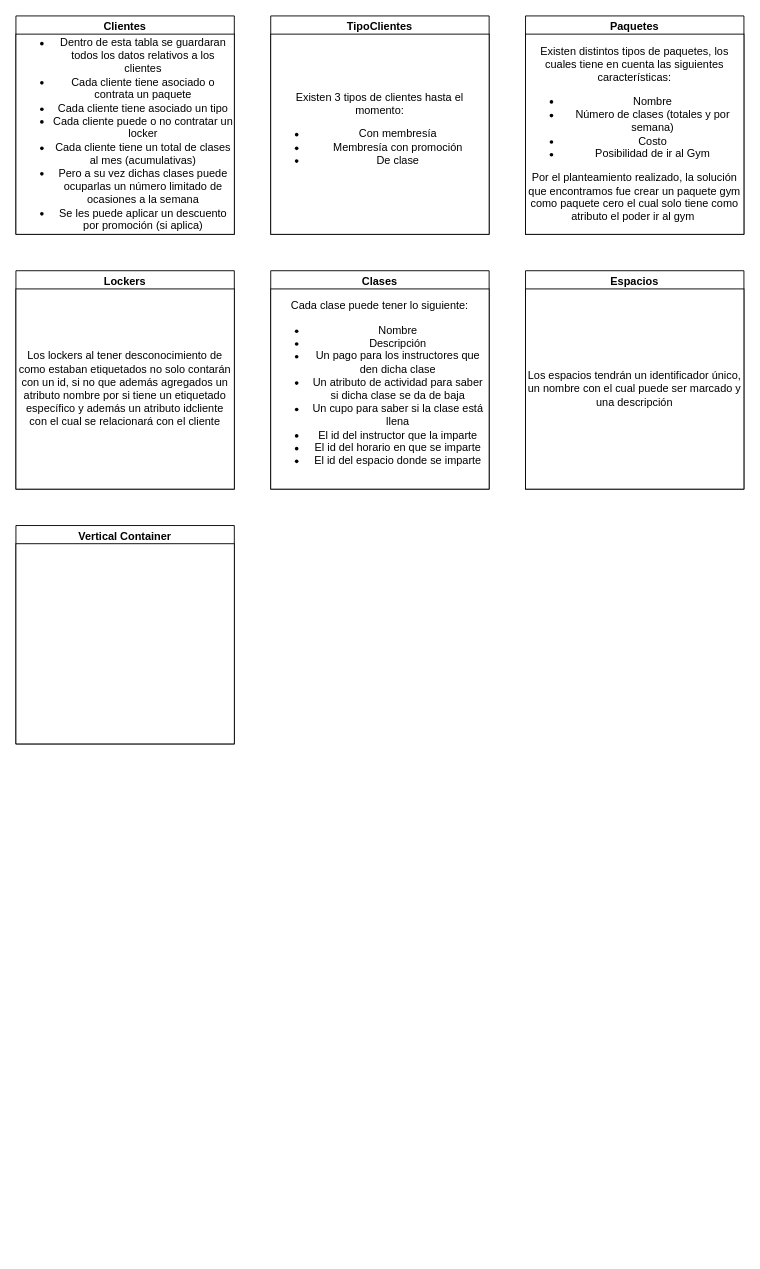
Fwxzxh/GymCastillo keeps this draw.io diagram as page "Documentación" (2 of 4) of GymCastillo/Docs/Diagrams/Gym.drawio. Above is the earlier version. Source tidied: cells renumbered, new cells numbered last; positions are measured from the earlier drawing's top-left corner, leaving out a move shared by most shapes. Both pictures are drawn from the tidied source at 91%, with x=0, y=0 at pixel (15, 15).
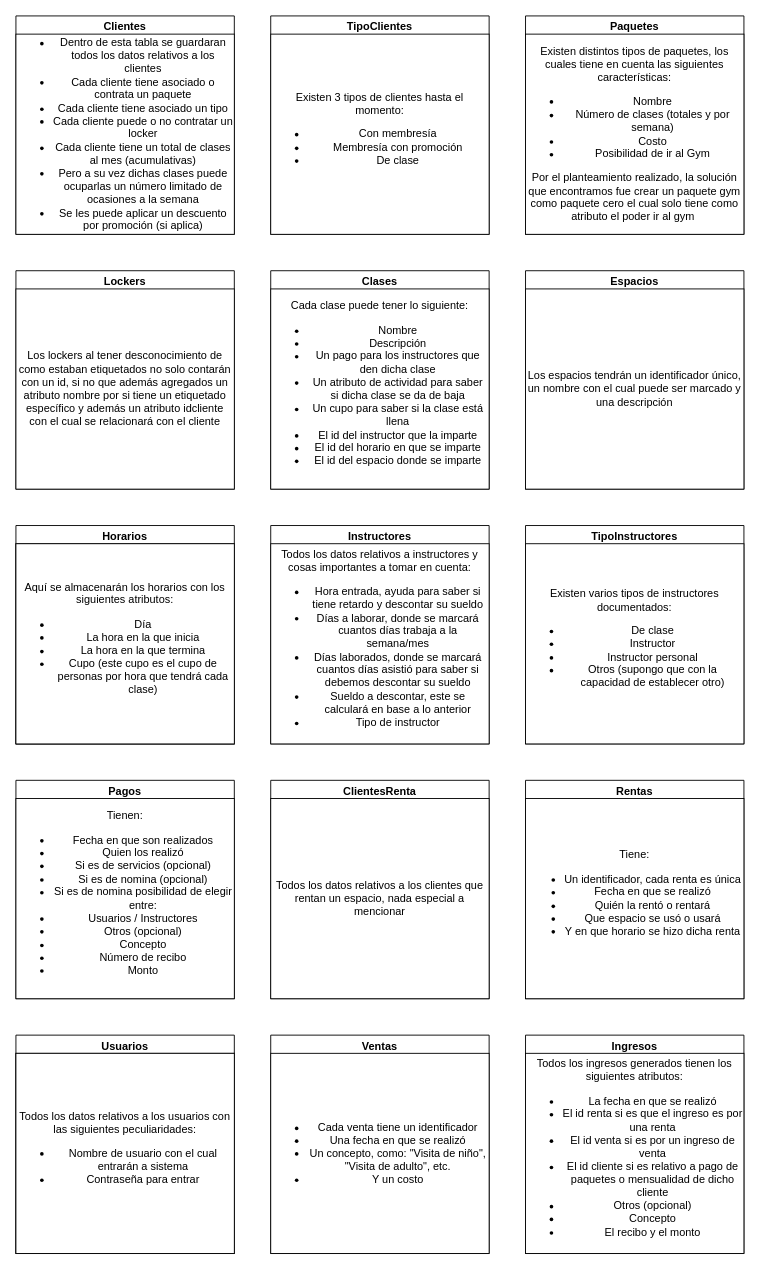
The same page after the edit.

The edit, as a diff of the source:
```diff
@@
-    <mxCell id="14" value="Vertical Container" style="swimlane;" parent="1" vertex="1">
+    <mxCell id="14" value="Horarios" style="swimlane;" parent="1" vertex="1">
       <mxGeometry y="560" width="240" height="240" as="geometry" />
     </mxCell>
@@
+    <mxCell id="16" value="Aquí se almacenarán los horarios con los siguientes atributos:&lt;br&gt;&lt;ul&gt;&lt;li&gt;Día&lt;/li&gt;&lt;li&gt;La hora en la que inicia&lt;/li&gt;&lt;li&gt;La hora en la que termina&lt;/li&gt;&lt;li&gt;Cupo (este cupo es el cupo de personas por hora que tendrá cada clase)&lt;/li&gt;&lt;/ul&gt;" style="rounded=0;whiteSpace=wrap;html=1;" parent="14" vertex="1">
+      <mxGeometry y="20" width="240" height="220" as="geometry" />
+    </mxCell>
+    <mxCell id="17" value="Instructores" style="swimlane;" parent="1" vertex="1">
+      <mxGeometry x="280" y="560" width="240" height="240" as="geometry" />
+    </mxCell>
+    <mxCell id="18" value="Todos los datos relativos a instructores y cosas importantes a tomar en cuenta:&lt;br&gt;&lt;ul&gt;&lt;li&gt;Hora entrada, ayuda para saber si tiene retardo y descontar su sueldo&lt;/li&gt;&lt;li&gt;Días a laborar, donde se marcará cuantos días trabaja a la semana/mes&lt;/li&gt;&lt;li&gt;Días laborados, donde se marcará cuantos días asistió para saber si debemos descontar su sueldo&lt;/li&gt;&lt;li&gt;Sueldo a descontar, este se calculará en base a lo anterior&lt;/li&gt;&lt;li&gt;Tipo de instructor&lt;/li&gt;&lt;/ul&gt;" style="rounded=0;whiteSpace=wrap;html=1;" parent="17" vertex="1">
+      <mxGeometry y="20" width="240" height="220" as="geometry" />
+    </mxCell>
+    <mxCell id="19" value="TipoInstructores" style="swimlane;" parent="1" vertex="1">
+      <mxGeometry x="560" y="560" width="240" height="240" as="geometry" />
+    </mxCell>
+    <mxCell id="20" value="Existen varios tipos de instructores documentados:&lt;br&gt;&lt;ul&gt;&lt;li&gt;De clase&lt;/li&gt;&lt;li&gt;Instructor&lt;/li&gt;&lt;li&gt;Instructor personal&lt;/li&gt;&lt;li&gt;Otros (supongo que con la capacidad de establecer otro)&lt;/li&gt;&lt;/ul&gt;" style="rounded=0;whiteSpace=wrap;html=1;" parent="19" vertex="1">
+      <mxGeometry y="20" width="240" height="220" as="geometry" />
+    </mxCell>
+    <mxCell id="21" value="Pagos" style="swimlane;" parent="1" vertex="1">
+      <mxGeometry y="840" width="240" height="240" as="geometry" />
+    </mxCell>
+    <mxCell id="22" value="Tienen:&lt;br&gt;&lt;ul&gt;&lt;li&gt;Fecha en que son realizados&lt;/li&gt;&lt;li&gt;Quien los realizó&lt;/li&gt;&lt;li&gt;Si es de servicios (opcional)&lt;/li&gt;&lt;li&gt;Si es de nomina (opcional)&lt;/li&gt;&lt;li&gt;Si es de nomina posibilidad de elegir entre:&lt;/li&gt;&lt;li&gt;Usuarios / Instructores&lt;/li&gt;&lt;li&gt;Otros (opcional)&lt;/li&gt;&lt;li&gt;Concepto&lt;/li&gt;&lt;li&gt;Número de recibo&lt;/li&gt;&lt;li&gt;Monto&lt;/li&gt;&lt;/ul&gt;" style="rounded=0;whiteSpace=wrap;html=1;" parent="21" vertex="1">
+      <mxGeometry y="20" width="240" height="220" as="geometry" />
+    </mxCell>
+    <mxCell id="23" value="ClientesRenta" style="swimlane;" parent="1" vertex="1">
+      <mxGeometry x="280" y="840" width="240" height="240" as="geometry" />
+    </mxCell>
+    <mxCell id="24" value="Todos los datos relativos a los clientes que rentan un espacio, nada especial a mencionar" style="rounded=0;whiteSpace=wrap;html=1;" parent="23" vertex="1">
+      <mxGeometry y="20" width="240" height="220" as="geometry" />
+    </mxCell>
+    <mxCell id="25" value="Rentas" style="swimlane;" parent="1" vertex="1">
+      <mxGeometry x="560" y="840" width="240" height="240" as="geometry" />
+    </mxCell>
+    <mxCell id="26" value="Tiene:&lt;br&gt;&lt;ul&gt;&lt;li&gt;Un identificador, cada renta es única&lt;/li&gt;&lt;li&gt;Fecha en que se realizó&lt;/li&gt;&lt;li&gt;Quién la rentó o rentará&lt;/li&gt;&lt;li&gt;Que espacio se usó o usará&lt;/li&gt;&lt;li&gt;Y en que horario se hizo dicha renta&lt;/li&gt;&lt;/ul&gt;" style="rounded=0;whiteSpace=wrap;html=1;" parent="25" vertex="1">
+      <mxGeometry y="20" width="240" height="220" as="geometry" />
+    </mxCell>
+    <mxCell id="27" value="Usuarios" style="swimlane;" parent="1" vertex="1">
+      <mxGeometry y="1120" width="240" height="240" as="geometry" />
+    </mxCell>
+    <mxCell id="28" style="rounded=0;whiteSpace=wrap;html=1;" parent="27" vertex="1">
+      <mxGeometry y="20" width="240" height="220" as="geometry" />
+    </mxCell>
+    <mxCell id="29" value="Todos los datos relativos a los usuarios con las siguientes peculiaridades:&lt;br&gt;&lt;ul&gt;&lt;li&gt;Nombre de usuario con el cual entrarán a sistema&lt;/li&gt;&lt;li&gt;Contraseña para entrar&lt;/li&gt;&lt;/ul&gt;" style="rounded=0;whiteSpace=wrap;html=1;" parent="27" vertex="1">
+      <mxGeometry y="20" width="240" height="220" as="geometry" />
+    </mxCell>
+    <mxCell id="30" value="Ventas" style="swimlane;" parent="1" vertex="1">
+      <mxGeometry x="280" y="1120" width="240" height="240" as="geometry" />
+    </mxCell>
+    <mxCell id="31" value="&lt;ul&gt;&lt;li&gt;Cada venta tiene un identificador&lt;/li&gt;&lt;li&gt;Una fecha en que se realizó&lt;/li&gt;&lt;li&gt;Un concepto, como: &quot;Visita de niño&quot;, &quot;Visita de adulto&quot;, etc.&lt;/li&gt;&lt;li&gt;Y un costo&lt;/li&gt;&lt;/ul&gt;" style="rounded=0;whiteSpace=wrap;html=1;" parent="30" vertex="1">
+      <mxGeometry y="20" width="240" height="220" as="geometry" />
+    </mxCell>
+    <mxCell id="32" value="Ingresos" style="swimlane;" parent="1" vertex="1">
+      <mxGeometry x="560" y="1120" width="240" height="240" as="geometry" />
+    </mxCell>
+    <mxCell id="33" value="Todos los ingresos generados tienen los siguientes atributos:&lt;br&gt;&lt;ul&gt;&lt;li&gt;La fecha en que se realizó&lt;/li&gt;&lt;li&gt;El id renta si es que el ingreso es por una renta&lt;/li&gt;&lt;li&gt;El id venta si es por un ingreso de venta&lt;/li&gt;&lt;li&gt;El id cliente si es relativo a pago de paquetes o mensualidad de dicho cliente&lt;/li&gt;&lt;li&gt;Otros (opcional)&lt;/li&gt;&lt;li&gt;Concepto&lt;/li&gt;&lt;li&gt;El recibo y el monto&lt;/li&gt;&lt;/ul&gt;" style="rounded=0;whiteSpace=wrap;html=1;" parent="32" vertex="1">
+      <mxGeometry y="20" width="240" height="220" as="geometry" />
+    </mxCell>
```
